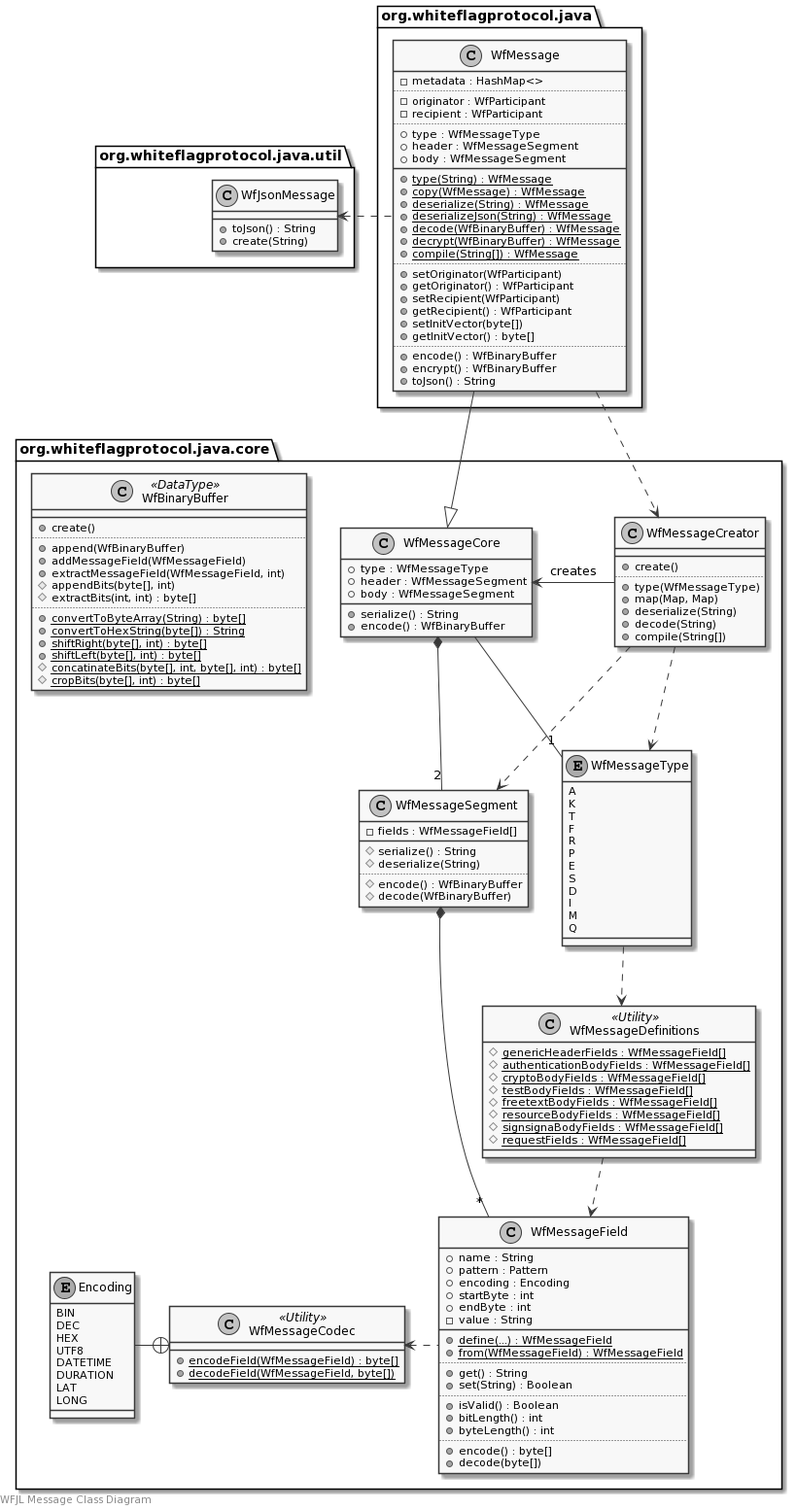
Above: docs/uml/messages.png in WhiteflagProtocol/whiteflag-java (PlantUML), before the change.
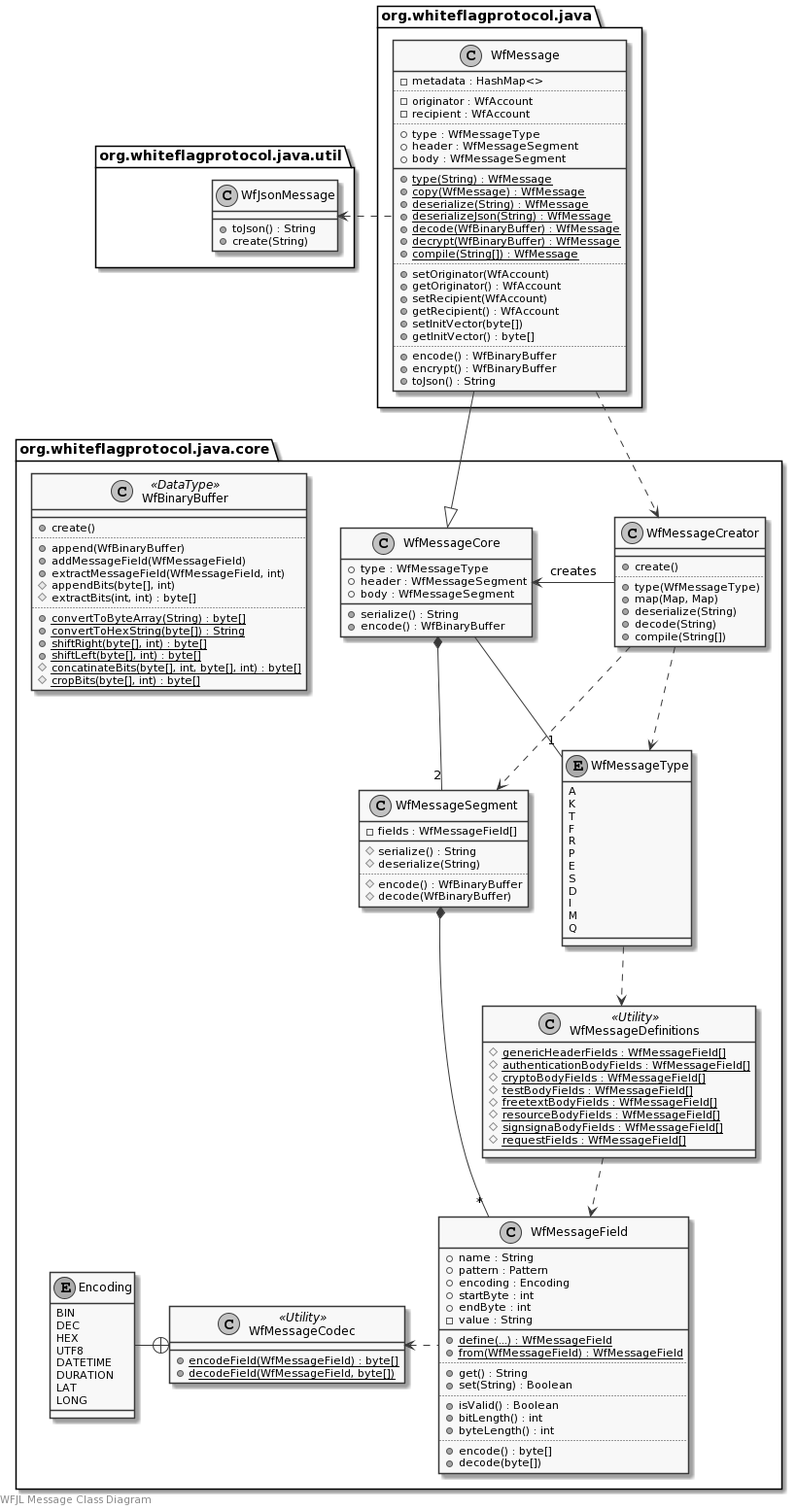
Above is the later version.

What changed in the source:
```diff
@@ -119,8 +119,8 @@
     class WfMessage {
         -metadata : HashMap<>
         ..
-        -originator : WfParticipant
-        -recipient : WfParticipant
+        -originator : WfAccount
+        -recipient : WfAccount
         ..
         +type : WfMessageType
         +header : WfMessageSegment
@@ -134,10 +134,10 @@
         {static} +decrypt(WfBinaryBuffer) : WfMessage
         {static} +compile(String[]) : WfMessage
         ..
-        +setOriginator(WfParticipant)
-        +getOriginator() : WfParticipant
-        +setRecipient(WfParticipant)
-        +getRecipient() : WfParticipant
+        +setOriginator(WfAccount)
+        +getOriginator() : WfAccount
+        +setRecipient(WfAccount)
+        +getRecipient() : WfAccount
         +setInitVector(byte[])
         +getInitVector() : byte[]
         ..
```
